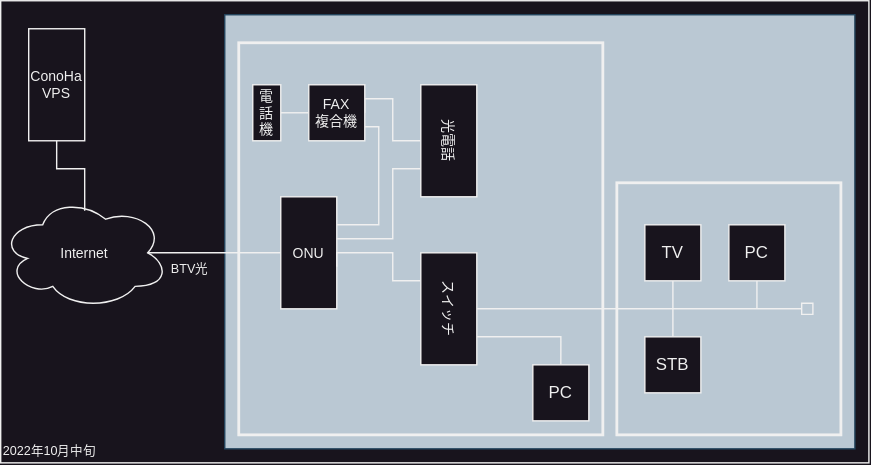
This is 20221015.drawio.svg from ayato23xx/Network_Diagram, a draw.io export, as it was before one commit. Source tidied: cells renumbered, new cells last; positions are measured from the earlier drawing's top-left corner, leaving out a move shared by most shapes. Its diagram source:
```xml
<mxGraphModel>
  <root>
    <mxCell id="0" />
    <mxCell id="1" parent="0" />
    <mxCell id="2" style="rounded=0;whiteSpace=wrap;html=1;fillColor=none;" parent="1" vertex="1">
      <mxGeometry width="620" height="330" as="geometry" />
    </mxCell>
    <mxCell id="3" style="rounded=0;whiteSpace=wrap;html=1;fillColor=#bac8d3;strokeColor=#23445d;" parent="1" vertex="1">
      <mxGeometry x="160" y="10" width="450" height="310" as="geometry" />
    </mxCell>
    <mxCell id="4" style="ellipse;shape=cloud;whiteSpace=wrap;html=1;" parent="1" vertex="1">
      <mxGeometry y="140" width="120" height="80" as="geometry" />
    </mxCell>
    <mxCell id="5" style="edgeStyle=orthogonalEdgeStyle;rounded=0;jettySize=auto;html=1;entryX=1;entryY=0.75;entryDx=0;entryDy=0;endArrow=none;endFill=0;curved=0;" parent="1" edge="1" source="6" target="18">
      <mxGeometry relative="1" as="geometry">
        <Array as="points">
          <mxPoint x="270" y="160" />
          <mxPoint x="270" y="90" />
        </Array>
      </mxGeometry>
    </mxCell>
    <mxCell id="6" value="ONU" style="rounded=0;whiteSpace=wrap;html=1;fontSize=10;" parent="1" vertex="1">
      <mxGeometry x="200" y="140" width="40" height="80" as="geometry" />
    </mxCell>
    <mxCell id="7" style="edgeStyle=orthogonalEdgeStyle;rounded=0;jettySize=auto;html=1;entryX=0.875;entryY=0.5;entryDx=0;entryDy=0;entryPerimeter=0;endArrow=none;endFill=0;" parent="1" edge="1" source="6" target="4">
      <mxGeometry relative="1" as="geometry" />
    </mxCell>
    <mxCell id="8" style="edgeStyle=orthogonalEdgeStyle;rounded=0;jettySize=auto;html=1;endArrow=none;endFill=0;curved=0;strokeColor=default;" parent="1" edge="1" source="11">
      <mxGeometry relative="1" as="geometry">
        <mxPoint x="240" y="190" as="targetPoint" />
        <Array as="points">
          <mxPoint x="280" y="200" />
          <mxPoint x="280" y="180" />
          <mxPoint x="240" y="180" />
        </Array>
      </mxGeometry>
    </mxCell>
    <mxCell id="9" style="edgeStyle=orthogonalEdgeStyle;rounded=0;jettySize=auto;html=1;entryX=0.5;entryY=0;entryDx=0;entryDy=0;endArrow=none;endFill=0;" parent="1" edge="1" source="11" target="22">
      <mxGeometry relative="1" as="geometry">
        <Array as="points">
          <mxPoint x="400" y="240" />
        </Array>
      </mxGeometry>
    </mxCell>
    <mxCell id="10" style="edgeStyle=orthogonalEdgeStyle;rounded=0;jettySize=auto;html=1;endArrow=box;endFill=0;" parent="1" edge="1" source="11">
      <mxGeometry relative="1" as="geometry">
        <mxPoint x="580" y="220" as="targetPoint" />
      </mxGeometry>
    </mxCell>
    <mxCell id="11" style="rounded=0;whiteSpace=wrap;html=1;horizontal=0;" parent="1" vertex="1">
      <mxGeometry x="300" y="180" width="40" height="80" as="geometry" />
    </mxCell>
    <mxCell id="12" style="edgeStyle=orthogonalEdgeStyle;rounded=0;jettySize=auto;html=1;endArrow=none;endFill=0;curved=0;" parent="1" edge="1" source="14">
      <mxGeometry relative="1" as="geometry">
        <mxPoint x="240" y="170" as="targetPoint" />
        <Array as="points">
          <mxPoint x="280" y="120" />
          <mxPoint x="280" y="170" />
          <mxPoint x="240" y="170" />
        </Array>
      </mxGeometry>
    </mxCell>
    <mxCell id="13" style="edgeStyle=orthogonalEdgeStyle;rounded=0;jettySize=auto;html=1;entryX=1;entryY=0.5;entryDx=0;entryDy=0;endArrow=none;endFill=0;" parent="1" edge="1" source="14" target="18">
      <mxGeometry relative="1" as="geometry">
        <Array as="points">
          <mxPoint x="280" y="100" />
          <mxPoint x="280" y="70" />
          <mxPoint x="260" y="70" />
        </Array>
      </mxGeometry>
    </mxCell>
    <mxCell id="14" style="rounded=0;whiteSpace=wrap;html=1;horizontal=0;labelPosition=center;verticalLabelPosition=middle;align=center;verticalAlign=middle;direction=west;flipH=0;flipV=1;" parent="1" vertex="1">
      <mxGeometry x="300" y="60" width="40" height="80" as="geometry" />
    </mxCell>
    <mxCell id="15" value="光電話" style="text;html=1;align=center;verticalAlign=middle;whiteSpace=wrap;rounded=0;horizontal=1;rotation=90;spacingLeft=0;direction=east;flipH=1;flipV=1;fontSize=10;" parent="1" vertex="1">
      <mxGeometry x="290" y="85" width="60" height="30" as="geometry" />
    </mxCell>
    <mxCell id="16" value="スイッチ" style="text;html=1;align=center;verticalAlign=middle;whiteSpace=wrap;rounded=0;horizontal=1;rotation=90;spacingLeft=0;direction=east;flipH=1;flipV=1;fontSize=10;" parent="1" vertex="1">
      <mxGeometry x="290" y="205" width="60" height="30" as="geometry" />
    </mxCell>
    <mxCell id="17" style="edgeStyle=orthogonalEdgeStyle;rounded=0;jettySize=auto;html=1;exitX=0;exitY=0.5;exitDx=0;exitDy=0;entryX=1;entryY=0.5;entryDx=0;entryDy=0;endArrow=none;endFill=0;" parent="1" edge="1" source="18" target="19">
      <mxGeometry relative="1" as="geometry" />
    </mxCell>
    <mxCell id="18" value="FAX&lt;br style=&quot;font-size: 10px;&quot;&gt;複合機" style="rounded=0;whiteSpace=wrap;html=1;fontSize=10;" parent="1" vertex="1">
      <mxGeometry x="220" y="60" width="40" height="40" as="geometry" />
    </mxCell>
    <mxCell id="19" value="電話機" style="rounded=0;whiteSpace=wrap;html=1;fontSize=10;" parent="1" vertex="1">
      <mxGeometry x="180" y="60" width="20" height="40" as="geometry" />
    </mxCell>
    <mxCell id="20" value="Internet" style="text;html=1;align=center;verticalAlign=middle;whiteSpace=wrap;rounded=0;fontSize=10;" parent="1" vertex="1">
      <mxGeometry x="30" y="165" width="60" height="30" as="geometry" />
    </mxCell>
    <mxCell id="21" value="BTV光" style="text;html=1;align=left;verticalAlign=top;whiteSpace=wrap;rounded=0;fontSize=9;" parent="1" vertex="1">
      <mxGeometry x="120" y="180" width="40" height="20" as="geometry" />
    </mxCell>
    <mxCell id="22" value="PC" style="rounded=0;whiteSpace=wrap;html=1;" parent="1" vertex="1">
      <mxGeometry x="380" y="260" width="40" height="40" as="geometry" />
    </mxCell>
    <mxCell id="23" style="edgeStyle=orthogonalEdgeStyle;rounded=0;jettySize=auto;html=1;endArrow=none;endFill=0;" parent="1" edge="1" source="24">
      <mxGeometry relative="1" as="geometry">
        <mxPoint x="480" y="220" as="targetPoint" />
      </mxGeometry>
    </mxCell>
    <mxCell id="24" value="TV" style="rounded=0;whiteSpace=wrap;html=1;" parent="1" vertex="1">
      <mxGeometry x="460" y="160" width="40" height="40" as="geometry" />
    </mxCell>
    <mxCell id="25" style="edgeStyle=orthogonalEdgeStyle;rounded=0;jettySize=auto;html=1;endArrow=none;endFill=0;" parent="1" edge="1" source="26">
      <mxGeometry relative="1" as="geometry">
        <mxPoint x="480" y="220" as="targetPoint" />
      </mxGeometry>
    </mxCell>
    <mxCell id="26" value="STB" style="rounded=0;whiteSpace=wrap;html=1;" parent="1" vertex="1">
      <mxGeometry x="460" y="240" width="40" height="40" as="geometry" />
    </mxCell>
    <mxCell id="27" style="edgeStyle=orthogonalEdgeStyle;rounded=0;jettySize=auto;html=1;endArrow=none;endFill=0;" parent="1" edge="1" source="28">
      <mxGeometry relative="1" as="geometry">
        <mxPoint x="540" y="220" as="targetPoint" />
      </mxGeometry>
    </mxCell>
    <mxCell id="28" value="PC" style="rounded=0;whiteSpace=wrap;html=1;" parent="1" vertex="1">
      <mxGeometry x="520" y="160" width="40" height="40" as="geometry" />
    </mxCell>
    <mxCell id="29" style="rounded=0;whiteSpace=wrap;html=1;fillColor=none;strokeWidth=2;" parent="1" vertex="1">
      <mxGeometry x="440" y="130" width="160" height="180" as="geometry" />
    </mxCell>
    <mxCell id="30" style="rounded=0;whiteSpace=wrap;html=1;fillColor=none;strokeWidth=2;perimeterSpacing=0;" parent="1" vertex="1">
      <mxGeometry x="170" y="30" width="260" height="280" as="geometry" />
    </mxCell>
    <mxCell id="31" value="ConoHa&lt;br style=&quot;font-size: 10px;&quot;&gt;VPS" style="rounded=0;whiteSpace=wrap;html=1;fontSize=10;" parent="1" vertex="1">
      <mxGeometry x="20" y="20" width="40" height="80" as="geometry" />
    </mxCell>
    <mxCell id="32" style="edgeStyle=orthogonalEdgeStyle;rounded=0;jettySize=auto;html=1;entryX=0.5;entryY=0.125;entryDx=0;entryDy=0;entryPerimeter=0;endArrow=none;endFill=0;" parent="1" edge="1" source="31" target="4">
      <mxGeometry relative="1" as="geometry" />
    </mxCell>
    <mxCell id="33" value="2022年10月中旬" style="text;html=1;align=left;verticalAlign=top;whiteSpace=wrap;rounded=0;fontSize=9;" parent="1" vertex="1">
      <mxGeometry y="310" width="70" height="20" as="geometry" />
    </mxCell>
  </root>
</mxGraphModel>
```
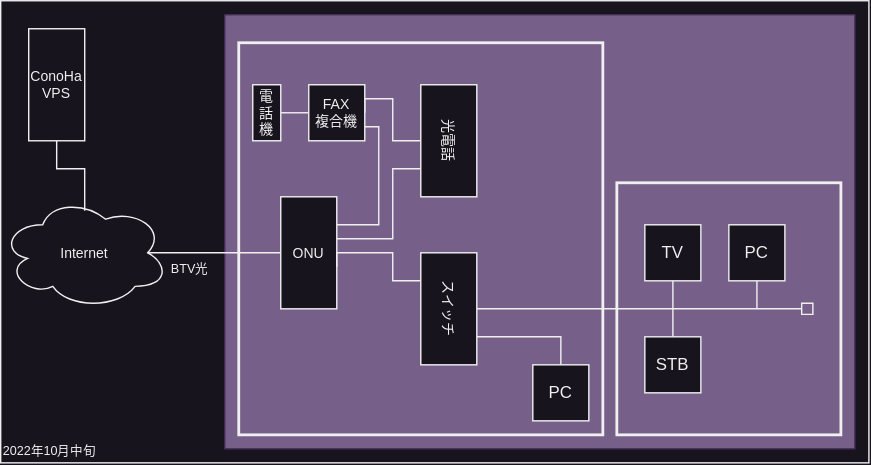
Later version of the same file.

Commit message:
2022年10月中旬のネットワーク構成図（修正）

Change to the diagram source:
```diff
@@ -5,7 +5,7 @@
     <mxCell id="2" style="rounded=0;whiteSpace=wrap;html=1;fillColor=none;" parent="1" vertex="1">
       <mxGeometry width="620" height="330" as="geometry" />
     </mxCell>
-    <mxCell id="3" style="rounded=0;whiteSpace=wrap;html=1;fillColor=#bac8d3;strokeColor=#23445d;" parent="1" vertex="1">
+    <mxCell id="3" style="rounded=0;whiteSpace=wrap;html=1;fillColor=#76608a;strokeColor=#432D57;fontColor=#ffffff;" parent="1" vertex="1">
       <mxGeometry x="160" y="10" width="450" height="310" as="geometry" />
     </mxCell>
     <mxCell id="4" style="ellipse;shape=cloud;whiteSpace=wrap;html=1;" parent="1" vertex="1">
```
